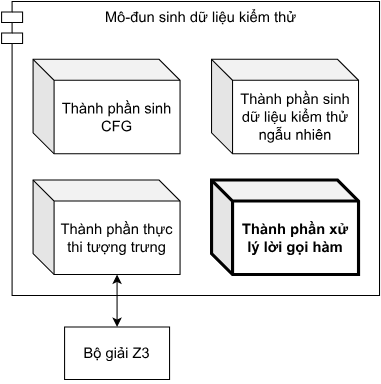
This is images/module-autogen.svg from hanzomaster/thesis, a draw.io export, as it was before one commit. Source tidied: cells renumbered, new cells last; positions are measured from the earlier drawing's top-left corner, leaving out a move shared by most shapes. The source it was exported from:
```xml
<mxGraphModel>
  <root>
    <mxCell id="0" />
    <mxCell id="1" parent="0" />
    <mxCell id="2" value="Mô-đun sinh dữ liệu kiểm thử" style="shape=module;align=left;spacingLeft=20;align=center;verticalAlign=top;whiteSpace=wrap;html=1;fontSize=14;" parent="1" vertex="1">
      <mxGeometry width="360" height="280" as="geometry" />
    </mxCell>
    <mxCell id="3" value="&lt;span style=&quot;font-size: 14px;&quot;&gt;Thành phần sinh CFG&lt;/span&gt;" style="shape=cube;whiteSpace=wrap;html=1;boundedLbl=1;backgroundOutline=1;darkOpacity=0.05;darkOpacity2=0.1;" parent="1" vertex="1">
      <mxGeometry x="30" y="55" width="140" height="90" as="geometry" />
    </mxCell>
    <mxCell id="4" value="&lt;span style=&quot;font-size: 14px;&quot;&gt;Thành phần sinh dữ liệu kiểm thử ngẫu nhiên&lt;/span&gt;" style="shape=cube;whiteSpace=wrap;html=1;boundedLbl=1;backgroundOutline=1;darkOpacity=0.05;darkOpacity2=0.1;fontStyle=0;strokeWidth=1;" parent="1" vertex="1">
      <mxGeometry x="200" y="55" width="140" height="90" as="geometry" />
    </mxCell>
    <mxCell id="5" value="&lt;span style=&quot;font-size: 14px;&quot;&gt;&lt;b&gt;Thành phần xử &lt;br&gt;lý lời gọi hàm&lt;/b&gt;&lt;/span&gt;" style="shape=cube;whiteSpace=wrap;html=1;boundedLbl=1;backgroundOutline=1;darkOpacity=0.05;darkOpacity2=0.1;strokeWidth=3;fontStyle=0;" parent="1" vertex="1">
      <mxGeometry x="200" y="170" width="140" height="90" as="geometry" />
    </mxCell>
    <mxCell id="6" style="edgeStyle=orthogonalEdgeStyle;rounded=0;jettySize=auto;html=1;exitX=0;exitY=0;exitDx=80;exitDy=90;exitPerimeter=0;entryX=0.5;entryY=0;entryDx=0;entryDy=0;startArrow=classic;startFill=1;" parent="1" edge="1" source="7" target="8">
      <mxGeometry relative="1" as="geometry" />
    </mxCell>
    <mxCell id="7" value="&lt;span style=&quot;font-size: 14px; font-weight: normal;&quot;&gt;Thành phần thực thi tượng trưng&lt;/span&gt;" style="shape=cube;whiteSpace=wrap;html=1;boundedLbl=1;backgroundOutline=1;darkOpacity=0.05;darkOpacity2=0.1;strokeWidth=1;fontStyle=1;" parent="1" vertex="1">
      <mxGeometry x="30" y="170" width="140" height="90" as="geometry" />
    </mxCell>
    <mxCell id="8" value="&lt;span style=&quot;font-size: 14px;&quot;&gt;Bộ giải Z3&lt;/span&gt;" style="html=1;dashed=0;whiteSpace=wrap;" parent="1" vertex="1">
      <mxGeometry x="60" y="310" width="100" height="50" as="geometry" />
    </mxCell>
  </root>
</mxGraphModel>
```
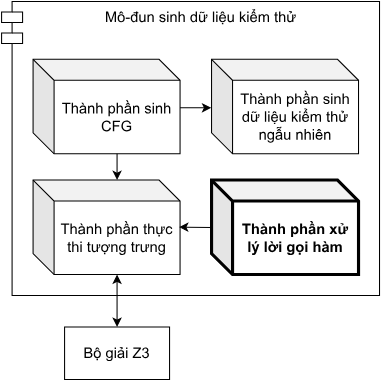
Above is the later version.

Change to the diagram source:
```diff
@@ -23,5 +23,21 @@
     <mxCell id="8" value="&lt;span style=&quot;font-size: 14px;&quot;&gt;Bộ giải Z3&lt;/span&gt;" style="html=1;dashed=0;whiteSpace=wrap;" parent="1" vertex="1">
       <mxGeometry x="60" y="310" width="100" height="50" as="geometry" />
     </mxCell>
+    <mxCell id="9" style="rounded=0;orthogonalLoop=1;jettySize=auto;html=1;exitX=0;exitY=0;exitDx=0;exitDy=35;exitPerimeter=0;entryX=0.993;entryY=0.385;entryDx=0;entryDy=0;entryPerimeter=0;" parent="1" edge="1">
+      <mxGeometry relative="1" as="geometry">
+        <mxPoint x="200" y="215.2" as="sourcePoint" />
+        <mxPoint x="169" y="214.8" as="targetPoint" />
+      </mxGeometry>
+    </mxCell>
+    <mxCell id="10" style="rounded=0;jettySize=auto;html=1;exitX=0;exitY=0;exitDx=80;exitDy=90;exitPerimeter=0;" parent="1" edge="1" source="3">
+      <mxGeometry relative="1" as="geometry">
+        <mxPoint x="110" y="170" as="targetPoint" />
+      </mxGeometry>
+    </mxCell>
+    <mxCell id="11" style="rounded=0;jettySize=auto;html=1;entryX=-0.002;entryY=0.513;entryDx=0;entryDy=0;entryPerimeter=0;" parent="1" edge="1" target="4">
+      <mxGeometry relative="1" as="geometry">
+        <mxPoint x="170" y="101.2" as="sourcePoint" />
+      </mxGeometry>
+    </mxCell>
   </root>
 </mxGraphModel>
```
